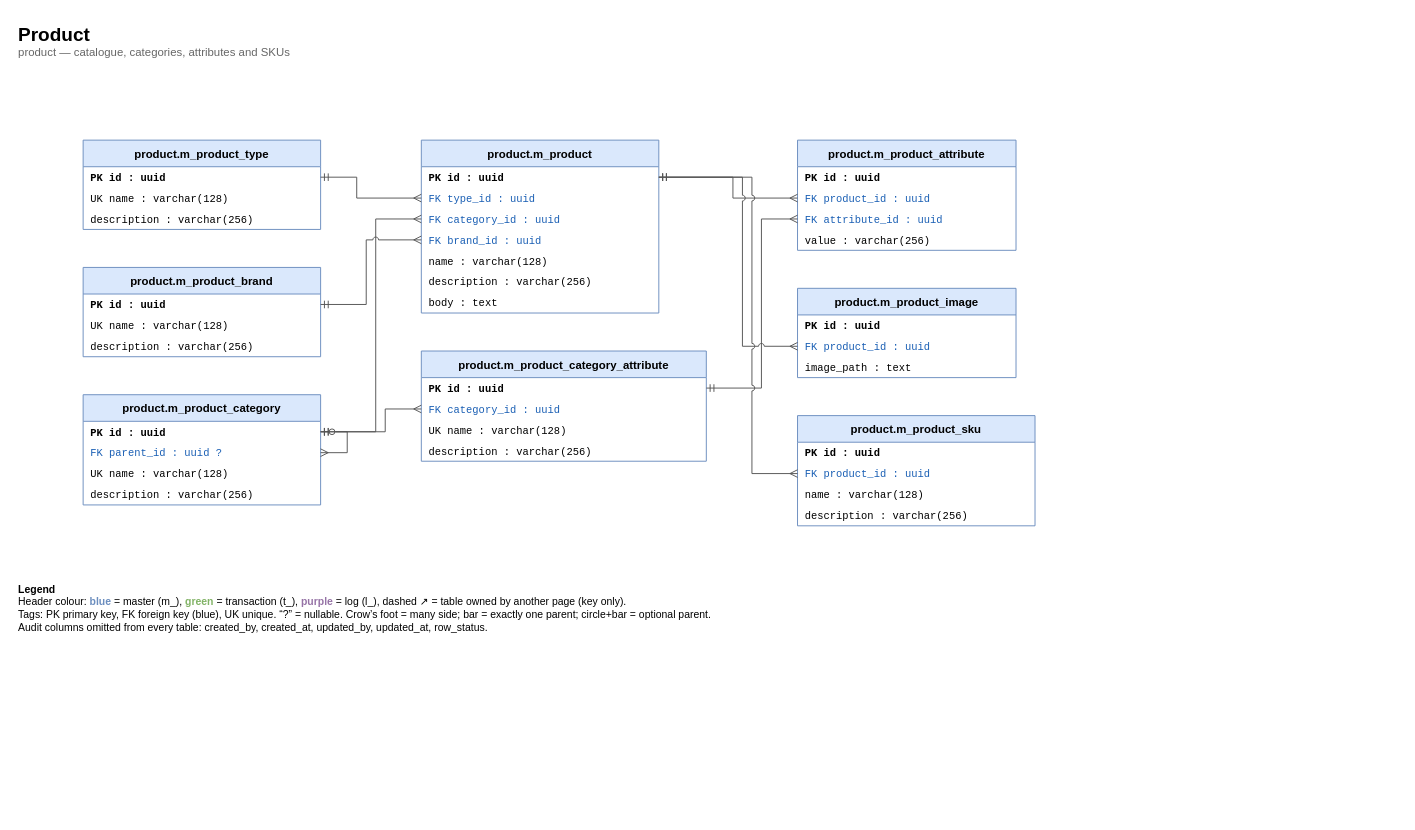
The draw.io diagram page "3 Product" (4 of 8) of e-commerce/db/er-diagram.drawio in ittikornsopawan/system-analysis-and-design, before the edit. Source tidied: cells renumbered, new cells numbered last; positions are measured from the earlier drawing's top-left corner, leaving out a move shared by most shapes. Both pictures are drawn from the tidied source at 95%, with x=0, y=0 at pixel (16, 16).
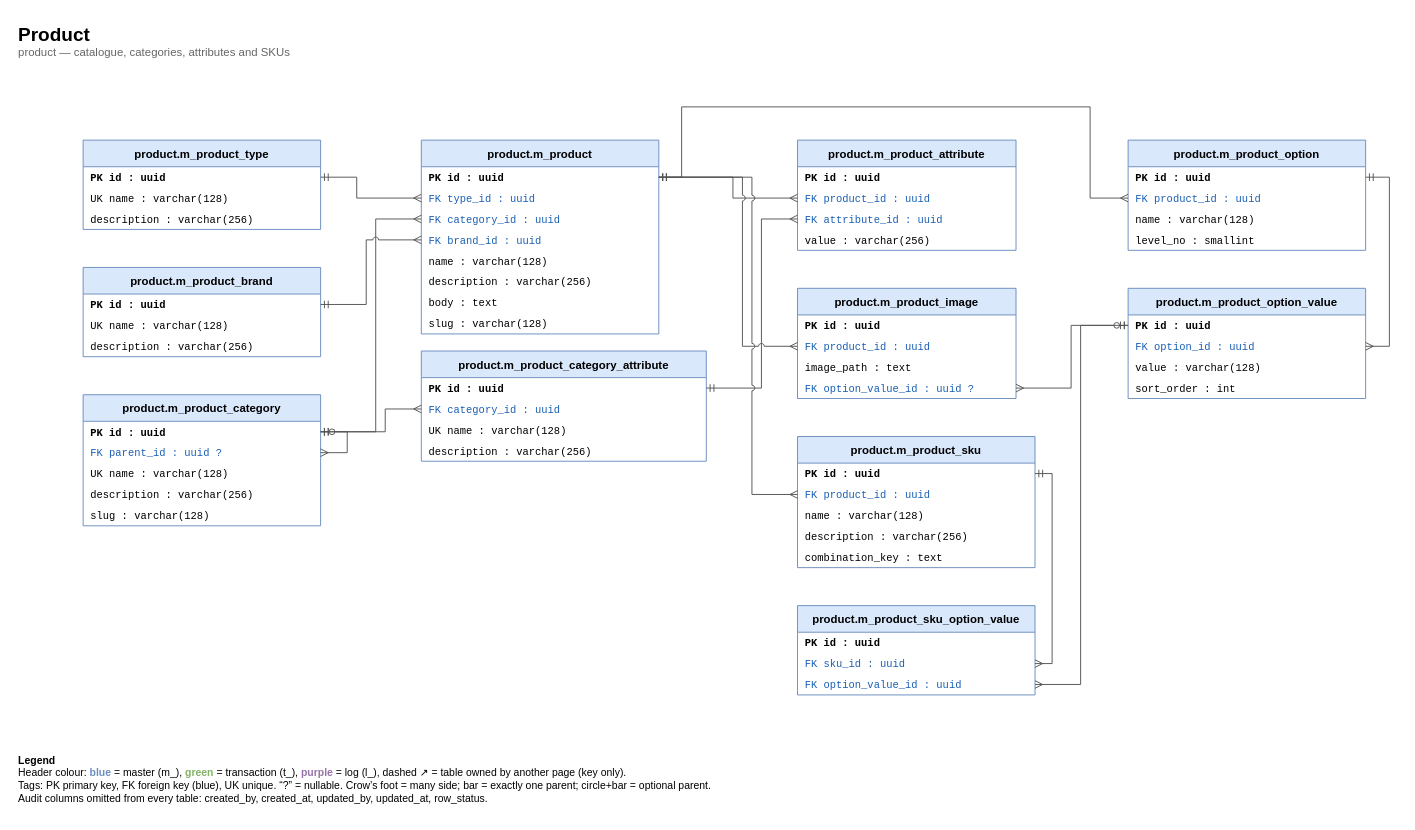
The same diagram, later.

Unchanged cells that the change refers to:
```xml
<mxCell id="17" value="PK    id : uuid" style="text;html=0;strokeColor=none;fillColor=none;align=left;verticalAlign=middle;spacingLeft=6;spacingRight=4;overflow=hidden;whiteSpace=nowrap;fontFamily=Courier New;fontSize=11;fontStyle=1;" parent="16" vertex="1">
  <mxGeometry y="28" width="250" height="22" as="geometry" />
</mxCell>
<mxCell id="39" value="PK    id : uuid" style="text;html=0;strokeColor=none;fillColor=none;align=left;verticalAlign=middle;spacingLeft=6;spacingRight=4;overflow=hidden;whiteSpace=nowrap;fontFamily=Courier New;fontSize=11;fontStyle=1;" parent="38" vertex="1">
  <mxGeometry y="28" width="250" height="22" as="geometry" />
</mxCell>
<mxCell id="40" value="FK    product_id : uuid" style="text;html=0;strokeColor=none;fillColor=none;align=left;verticalAlign=middle;spacingLeft=6;spacingRight=4;overflow=hidden;whiteSpace=nowrap;fontFamily=Courier New;fontSize=11;fontColor=#1a5fb4;" parent="38" vertex="1">
  <mxGeometry y="50" width="250" height="22" as="geometry" />
</mxCell>
```

Diff of the diagram source:
```diff
@@
     <mxCell id="11" value="product.m_product_category" style="swimlane;fontStyle=1;horizontal=1;startSize=28;fillColor=#dae8fc;strokeColor=#6c8ebf;swimlaneFillColor=#ffffff;fontSize=12;" parent="1" vertex="1">
-      <mxGeometry x="70" y="398" width="250" height="116" as="geometry" />
+      <mxGeometry x="70" y="398" width="250" height="138" as="geometry" />
     </mxCell>
@@
+    <mxCell id="53" value="      slug : varchar(128)" style="text;html=0;strokeColor=none;fillColor=none;align=left;verticalAlign=middle;spacingLeft=6;spacingRight=4;overflow=hidden;whiteSpace=nowrap;fontFamily=Courier New;fontSize=11;" parent="11" vertex="1">
+      <mxGeometry y="116" width="250" height="22" as="geometry" />
+    </mxCell>
     <mxCell id="16" value="product.m_product" style="swimlane;fontStyle=1;horizontal=1;startSize=28;fillColor=#dae8fc;strokeColor=#6c8ebf;swimlaneFillColor=#ffffff;fontSize=12;" parent="1" vertex="1">
-      <mxGeometry x="426" y="130" width="250" height="182" as="geometry" />
+      <mxGeometry x="426" y="130" width="250" height="204" as="geometry" />
     </mxCell>
@@
+    <mxCell id="54" value="      slug : varchar(128)" style="text;html=0;strokeColor=none;fillColor=none;align=left;verticalAlign=middle;spacingLeft=6;spacingRight=4;overflow=hidden;whiteSpace=nowrap;fontFamily=Courier New;fontSize=11;" parent="16" vertex="1">
+      <mxGeometry y="182" width="250" height="22" as="geometry" />
+    </mxCell>
@@
     <mxCell id="34" value="product.m_product_image" style="swimlane;fontStyle=1;horizontal=1;startSize=28;fillColor=#dae8fc;strokeColor=#6c8ebf;swimlaneFillColor=#ffffff;fontSize=12;" parent="1" vertex="1">
-      <mxGeometry x="822" y="286" width="230" height="94" as="geometry" />
+      <mxGeometry x="822" y="286" width="230" height="116" as="geometry" />
     </mxCell>
@@
+    <mxCell id="55" value="FK    option_value_id : uuid ?" style="text;html=0;strokeColor=none;fillColor=none;align=left;verticalAlign=middle;spacingLeft=6;spacingRight=4;overflow=hidden;whiteSpace=nowrap;fontFamily=Courier New;fontSize=11;fontColor=#1a5fb4;" parent="34" vertex="1">
+      <mxGeometry y="94" width="230" height="22" as="geometry" />
+    </mxCell>
     <mxCell id="38" value="product.m_product_sku" style="swimlane;fontStyle=1;horizontal=1;startSize=28;fillColor=#dae8fc;strokeColor=#6c8ebf;swimlaneFillColor=#ffffff;fontSize=12;" parent="1" vertex="1">
-      <mxGeometry x="822" y="420" width="250" height="116" as="geometry" />
+      <mxGeometry x="822" y="442" width="250" height="138" as="geometry" />
     </mxCell>
@@
+    <mxCell id="56" value="      combination_key : text" style="text;html=0;strokeColor=none;fillColor=none;align=left;verticalAlign=middle;spacingLeft=6;spacingRight=4;overflow=hidden;whiteSpace=nowrap;fontFamily=Courier New;fontSize=11;" parent="38" vertex="1">
+      <mxGeometry y="116" width="250" height="22" as="geometry" />
+    </mxCell>
+    <mxCell id="57" value="product.m_product_option" style="swimlane;fontStyle=1;horizontal=1;startSize=28;fillColor=#dae8fc;strokeColor=#6c8ebf;swimlaneFillColor=#ffffff;fontSize=12;" parent="1" vertex="1">
+      <mxGeometry x="1170" y="130" width="250" height="116" as="geometry" />
+    </mxCell>
+    <mxCell id="58" value="PK    id : uuid" style="text;html=0;strokeColor=none;fillColor=none;align=left;verticalAlign=middle;spacingLeft=6;spacingRight=4;overflow=hidden;whiteSpace=nowrap;fontFamily=Courier New;fontSize=11;fontStyle=1;" parent="57" vertex="1">
+      <mxGeometry y="28" width="250" height="22" as="geometry" />
+    </mxCell>
+    <mxCell id="59" value="FK    product_id : uuid" style="text;html=0;strokeColor=none;fillColor=none;align=left;verticalAlign=middle;spacingLeft=6;spacingRight=4;overflow=hidden;whiteSpace=nowrap;fontFamily=Courier New;fontSize=11;fontColor=#1a5fb4;" parent="57" vertex="1">
+      <mxGeometry y="50" width="250" height="22" as="geometry" />
+    </mxCell>
+    <mxCell id="60" value="      name : varchar(128)" style="text;html=0;strokeColor=none;fillColor=none;align=left;verticalAlign=middle;spacingLeft=6;spacingRight=4;overflow=hidden;whiteSpace=nowrap;fontFamily=Courier New;fontSize=11;" parent="57" vertex="1">
+      <mxGeometry y="72" width="250" height="22" as="geometry" />
+    </mxCell>
+    <mxCell id="61" value="      level_no : smallint" style="text;html=0;strokeColor=none;fillColor=none;align=left;verticalAlign=middle;spacingLeft=6;spacingRight=4;overflow=hidden;whiteSpace=nowrap;fontFamily=Courier New;fontSize=11;" parent="57" vertex="1">
+      <mxGeometry y="94" width="250" height="22" as="geometry" />
+    </mxCell>
+    <mxCell id="62" value="product.m_product_option_value" style="swimlane;fontStyle=1;horizontal=1;startSize=28;fillColor=#dae8fc;strokeColor=#6c8ebf;swimlaneFillColor=#ffffff;fontSize=12;" parent="1" vertex="1">
+      <mxGeometry x="1170" y="286" width="250" height="116" as="geometry" />
+    </mxCell>
+    <mxCell id="63" value="PK    id : uuid" style="text;html=0;strokeColor=none;fillColor=none;align=left;verticalAlign=middle;spacingLeft=6;spacingRight=4;overflow=hidden;whiteSpace=nowrap;fontFamily=Courier New;fontSize=11;fontStyle=1;" parent="62" vertex="1">
+      <mxGeometry y="28" width="250" height="22" as="geometry" />
+    </mxCell>
+    <mxCell id="64" value="FK    option_id : uuid" style="text;html=0;strokeColor=none;fillColor=none;align=left;verticalAlign=middle;spacingLeft=6;spacingRight=4;overflow=hidden;whiteSpace=nowrap;fontFamily=Courier New;fontSize=11;fontColor=#1a5fb4;" parent="62" vertex="1">
+      <mxGeometry y="50" width="250" height="22" as="geometry" />
+    </mxCell>
+    <mxCell id="65" value="      value : varchar(128)" style="text;html=0;strokeColor=none;fillColor=none;align=left;verticalAlign=middle;spacingLeft=6;spacingRight=4;overflow=hidden;whiteSpace=nowrap;fontFamily=Courier New;fontSize=11;" parent="62" vertex="1">
+      <mxGeometry y="72" width="250" height="22" as="geometry" />
+    </mxCell>
+    <mxCell id="66" value="      sort_order : int" style="text;html=0;strokeColor=none;fillColor=none;align=left;verticalAlign=middle;spacingLeft=6;spacingRight=4;overflow=hidden;whiteSpace=nowrap;fontFamily=Courier New;fontSize=11;" parent="62" vertex="1">
+      <mxGeometry y="94" width="250" height="22" as="geometry" />
+    </mxCell>
+    <mxCell id="67" value="product.m_product_sku_option_value" style="swimlane;fontStyle=1;horizontal=1;startSize=28;fillColor=#dae8fc;strokeColor=#6c8ebf;swimlaneFillColor=#ffffff;fontSize=12;" parent="1" vertex="1">
+      <mxGeometry x="822" y="620" width="250" height="94" as="geometry" />
+    </mxCell>
+    <mxCell id="68" value="PK    id : uuid" style="text;html=0;strokeColor=none;fillColor=none;align=left;verticalAlign=middle;spacingLeft=6;spacingRight=4;overflow=hidden;whiteSpace=nowrap;fontFamily=Courier New;fontSize=11;fontStyle=1;" parent="67" vertex="1">
+      <mxGeometry y="28" width="250" height="22" as="geometry" />
+    </mxCell>
+    <mxCell id="69" value="FK    sku_id : uuid" style="text;html=0;strokeColor=none;fillColor=none;align=left;verticalAlign=middle;spacingLeft=6;spacingRight=4;overflow=hidden;whiteSpace=nowrap;fontFamily=Courier New;fontSize=11;fontColor=#1a5fb4;" parent="67" vertex="1">
+      <mxGeometry y="50" width="250" height="22" as="geometry" />
+    </mxCell>
+    <mxCell id="70" value="FK    option_value_id : uuid" style="text;html=0;strokeColor=none;fillColor=none;align=left;verticalAlign=middle;spacingLeft=6;spacingRight=4;overflow=hidden;whiteSpace=nowrap;fontFamily=Courier New;fontSize=11;fontColor=#1a5fb4;" parent="67" vertex="1">
+      <mxGeometry y="72" width="250" height="22" as="geometry" />
+    </mxCell>
@@
     <mxCell id="51" style="html=1;rounded=0;jumpStyle=arc;jumpSize=6;startArrow=ERmany;startFill=0;endArrow=ERmandOne;endFill=0;strokeColor=#555555;exitX=0;exitY=0.5;exitDx=0;exitDy=0;entryX=1;entryY=0.5;entryDx=0;entryDy=0;" parent="1" edge="1" source="40" target="17">
       <mxGeometry relative="1" as="geometry">
         <Array as="points">
-          <mxPoint x="774" y="481" />
+          <mxPoint x="774" y="503" />
           <mxPoint x="774" y="169" />
         </Array>
       </mxGeometry>
     </mxCell>
+    <mxCell id="71" style="html=1;rounded=0;jumpStyle=arc;jumpSize=6;startArrow=ERmany;startFill=0;endArrow=ERmandOne;endFill=0;strokeColor=#555555;exitX=0;exitY=0.5;exitDx=0;exitDy=0;entryX=1;entryY=0.5;entryDx=0;entryDy=0;" parent="1" edge="1" source="59" target="17">
+      <mxGeometry relative="1" as="geometry">
+        <Array as="points">
+          <mxPoint x="1130" y="191" />
+          <mxPoint x="1130" y="95" />
+          <mxPoint x="700" y="95" />
+          <mxPoint x="700" y="169" />
+        </Array>
+      </mxGeometry>
+    </mxCell>
+    <mxCell id="72" style="html=1;rounded=0;jumpStyle=arc;jumpSize=6;startArrow=ERmany;startFill=0;endArrow=ERmandOne;endFill=0;strokeColor=#555555;exitX=1;exitY=0.5;exitDx=0;exitDy=0;entryX=1;entryY=0.5;entryDx=0;entryDy=0;" parent="1" edge="1" source="64" target="58">
+      <mxGeometry relative="1" as="geometry">
+        <Array as="points">
+          <mxPoint x="1445" y="347" />
+          <mxPoint x="1445" y="169" />
+        </Array>
+      </mxGeometry>
+    </mxCell>
+    <mxCell id="73" style="html=1;rounded=0;jumpStyle=arc;jumpSize=6;startArrow=ERmany;startFill=0;endArrow=ERmandOne;endFill=0;strokeColor=#555555;exitX=1;exitY=0.5;exitDx=0;exitDy=0;entryX=1;entryY=0.5;entryDx=0;entryDy=0;" parent="1" edge="1" source="69" target="39">
+      <mxGeometry relative="1" as="geometry">
+        <Array as="points">
+          <mxPoint x="1090" y="681" />
+          <mxPoint x="1090" y="481" />
+        </Array>
+      </mxGeometry>
+    </mxCell>
+    <mxCell id="74" style="html=1;rounded=0;jumpStyle=arc;jumpSize=6;startArrow=ERmany;startFill=0;endArrow=ERmandOne;endFill=0;strokeColor=#555555;exitX=1;exitY=0.5;exitDx=0;exitDy=0;entryX=0;entryY=0.5;entryDx=0;entryDy=0;" parent="1" edge="1" source="70" target="63">
+      <mxGeometry relative="1" as="geometry">
+        <Array as="points">
+          <mxPoint x="1120" y="703" />
+          <mxPoint x="1120" y="325" />
+        </Array>
+      </mxGeometry>
+    </mxCell>
+    <mxCell id="75" style="html=1;rounded=0;jumpStyle=arc;jumpSize=6;startArrow=ERmany;startFill=0;endArrow=ERzeroToOne;endFill=0;strokeColor=#555555;exitX=1;exitY=0.5;exitDx=0;exitDy=0;entryX=0;entryY=0.5;entryDx=0;entryDy=0;" parent="1" edge="1" source="55" target="63">
+      <mxGeometry relative="1" as="geometry">
+        <Array as="points">
+          <mxPoint x="1110" y="391" />
+          <mxPoint x="1110" y="325" />
+        </Array>
+      </mxGeometry>
+    </mxCell>
     <mxCell id="52" value="&lt;b&gt;Legend&lt;/b&gt;&lt;br&gt;Header colour: &lt;font color=&quot;#6c8ebf&quot;&gt;&lt;b&gt;blue&lt;/b&gt;&lt;/font&gt; = master (m_), &lt;font color=&quot;#82b366&quot;&gt;&lt;b&gt;green&lt;/b&gt;&lt;/font&gt; = transaction (t_), &lt;font color=&quot;#9673a6&quot;&gt;&lt;b&gt;purple&lt;/b&gt;&lt;/font&gt; = log (l_), dashed ↗ = table owned by another page (key only).&lt;br&gt;Tags: PK primary key, FK foreign key (blue), UK unique. “?” = nullable. Crow’s foot = many side; bar = exactly one parent; circle+bar = optional parent.&lt;br&gt;Audit columns omitted from every table: created_by, created_at, updated_by, updated_at, row_status." style="text;html=1;strokeColor=none;fillColor=none;align=left;verticalAlign=top;whiteSpace=wrap;fontSize=11;" parent="1" vertex="1">
-      <mxGeometry y="590" width="1122" height="70" as="geometry" />
+      <mxGeometry y="770" width="1122" height="70" as="geometry" />
     </mxCell>
```
